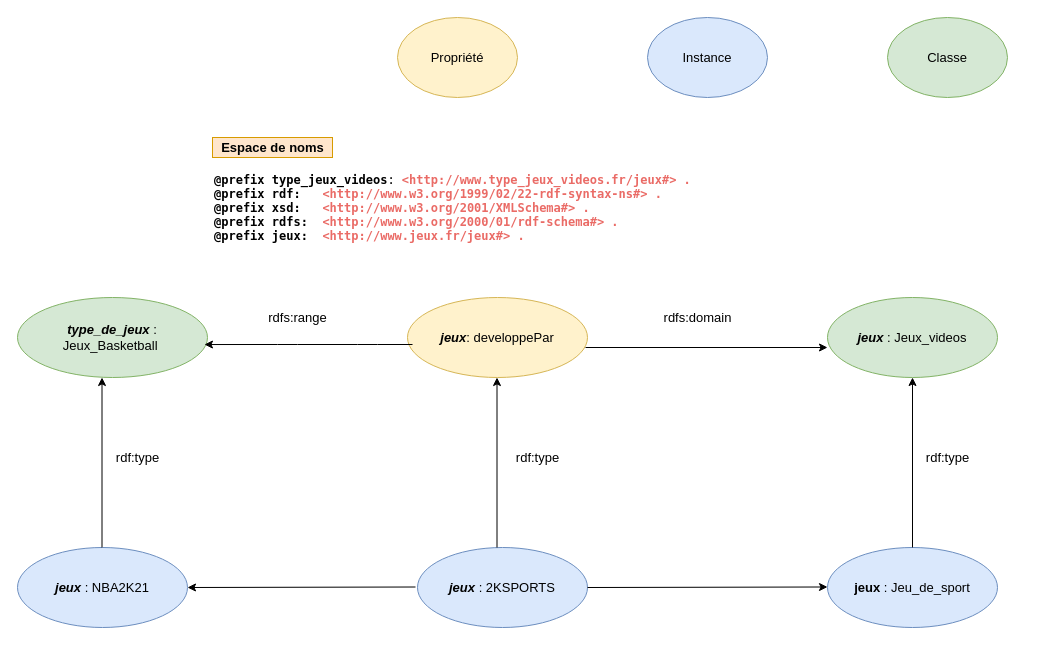
Earlier version of the draw.io diagram page "Page-7" (5 of 5) of IHM (3).drawio (steven-azar/IHM). Source tidied: cells renumbered, new cells numbered last; positions are measured from the earlier drawing's top-left corner, leaving out a move shared by most shapes. Both pictures are drawn from the tidied source at 100%, with x=0, y=0 at pixel (17, 17).
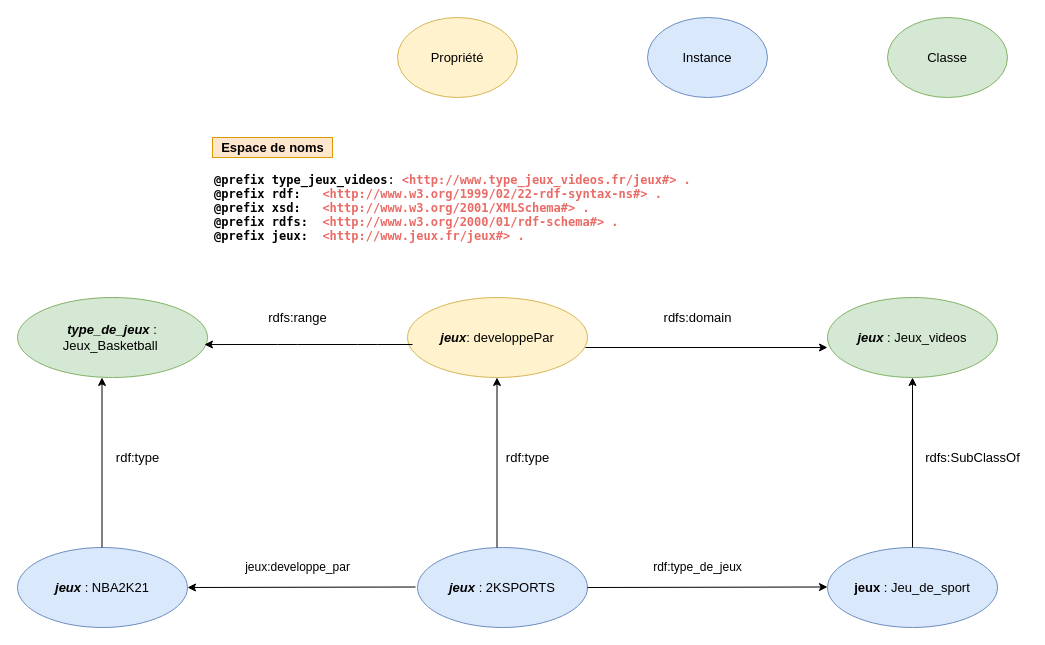
The same diagram, later.

The edit, as a diff of the source:
```diff
@@
     <mxCell id="21" value="rdf:type" style="text;html=1;align=center;verticalAlign=middle;strokeColor=none;fontSize=13;" parent="1" vertex="1">
-      <mxGeometry x="490" y="430" width="60" height="20" as="geometry" />
+      <mxGeometry x="480" y="430" width="60" height="20" as="geometry" />
     </mxCell>
-    <mxCell id="22" value="rdf:type" style="text;html=1;align=center;verticalAlign=middle;strokeColor=none;fontSize=13;" parent="1" vertex="1">
-      <mxGeometry x="900" y="430" width="60" height="20" as="geometry" />
+    <mxCell id="22" value="rdfs:SubClassOf" style="text;html=1;align=center;verticalAlign=middle;strokeColor=none;fontSize=13;" parent="1" vertex="1">
+      <mxGeometry x="900" y="430" width="110" height="20" as="geometry" />
     </mxCell>
@@
+    <mxCell id="25" value="rdf:type_de_jeux" style="text;html=1;align=center;verticalAlign=middle;strokeColor=none;" parent="1" vertex="1">
+      <mxGeometry x="630" y="540" width="100" height="20" as="geometry" />
+    </mxCell>
+    <mxCell id="26" value="jeux:developpe_par" style="text;html=1;align=center;verticalAlign=middle;strokeColor=none;" parent="1" vertex="1">
+      <mxGeometry x="220" y="540" width="120" height="20" as="geometry" />
+    </mxCell>
```
